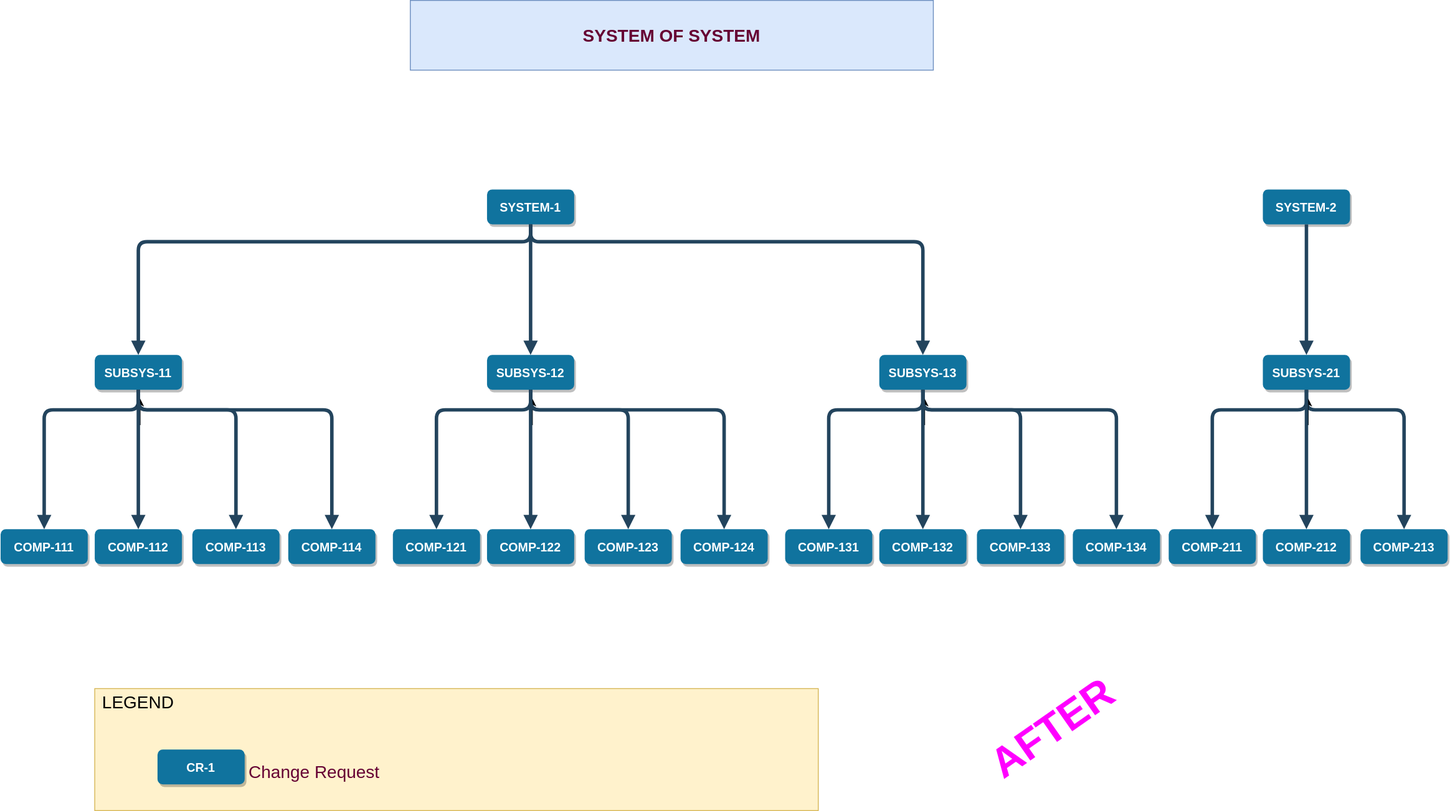
Earlier version of the draw.io export SOS_Rhythm2_Contributions.svg (alaindelanay/drawings). Source tidied: cells renumbered, new cells last; positions are measured from the earlier drawing's top-left corner, leaving out a move shared by most shapes.
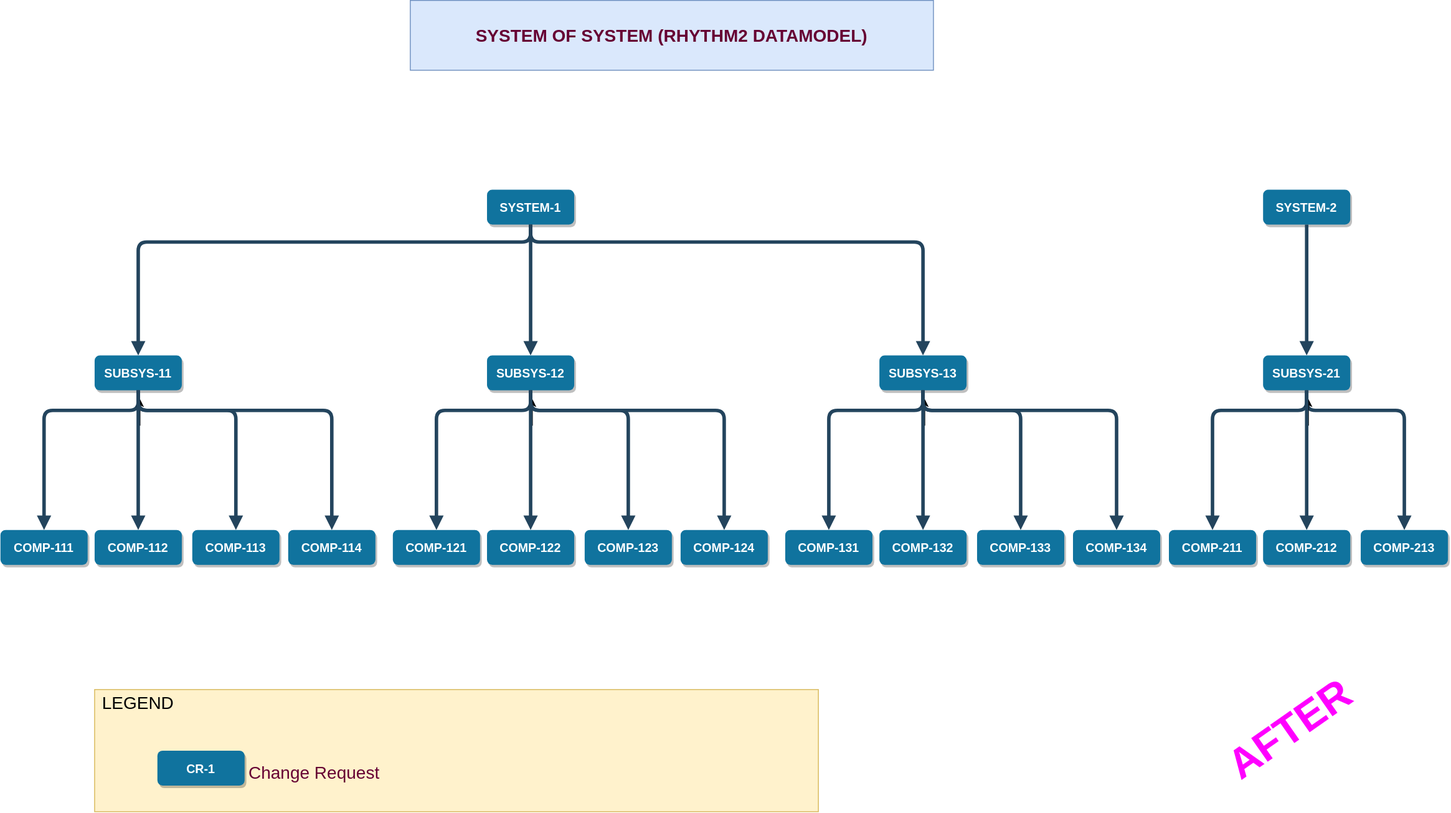
After the commit.

Change to the diagram source:
```diff
@@ -207,7 +207,7 @@
     <mxCell id="46" style="edgeStyle=elbowEdgeStyle;elbow=vertical;strokeWidth=4;endArrow=block;endFill=1;fontStyle=1;strokeColor=#23445D;entryX=0.5;entryY=0;entryDx=0;entryDy=0;exitX=0.5;exitY=1;exitDx=0;exitDy=0;" parent="1" edge="1" source="45" target="37">
       <mxGeometry x="772" y="-97.5" as="geometry" />
     </mxCell>
-    <mxCell id="47" value="SYSTEM OF SYSTEM" style="rounded=0;whiteSpace=wrap;html=1;fillColor=#dae8fc;strokeColor=#6c8ebf;fontSize=20;fontStyle=1;fontColor=#660033;" parent="1" vertex="1">
+    <mxCell id="47" value="SYSTEM OF SYSTEM (RHYTHM2 DATAMODEL)" style="rounded=0;whiteSpace=wrap;html=1;fillColor=#dae8fc;strokeColor=#6c8ebf;fontSize=20;fontStyle=1;fontColor=#660033;" parent="1" vertex="1">
       <mxGeometry x="470" width="600" height="80" as="geometry" />
     </mxCell>
     <mxCell id="48" value="CR-1" style="rounded=1;fillColor=#10739E;strokeColor=none;shadow=1;gradientColor=none;fontStyle=1;fontColor=#FFFFFF;fontSize=14;" parent="1" vertex="1">
@@ -220,7 +220,7 @@
       <mxGeometry x="128" y="790" width="60" height="30" as="geometry" />
     </mxCell>
     <mxCell id="51" value="AFTER" style="text;html=1;strokeColor=none;fillColor=none;align=center;verticalAlign=middle;whiteSpace=wrap;rounded=0;rotation=-35;fontSize=48;fontStyle=1;fontColor=#FF00FF;" parent="1" vertex="1">
-      <mxGeometry x="1108" y="820" width="197.2" height="30" as="geometry" />
+      <mxGeometry x="1380" y="820" width="197.2" height="30" as="geometry" />
     </mxCell>
   </root>
 </mxGraphModel>
```
